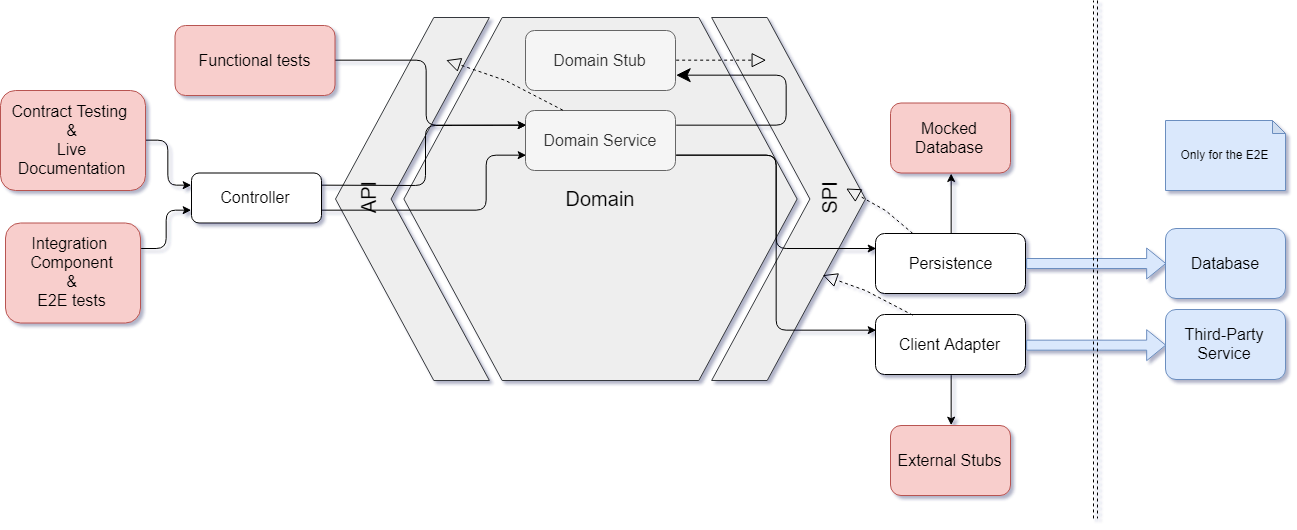
Above: images/testing-strategy.png in craftsrecords/talkadvisor-backend (draw.io), before the change. Source tidied: cells renumbered, new cells last; positions are measured from the earlier drawing's top-left corner, leaving out a move shared by most shapes.
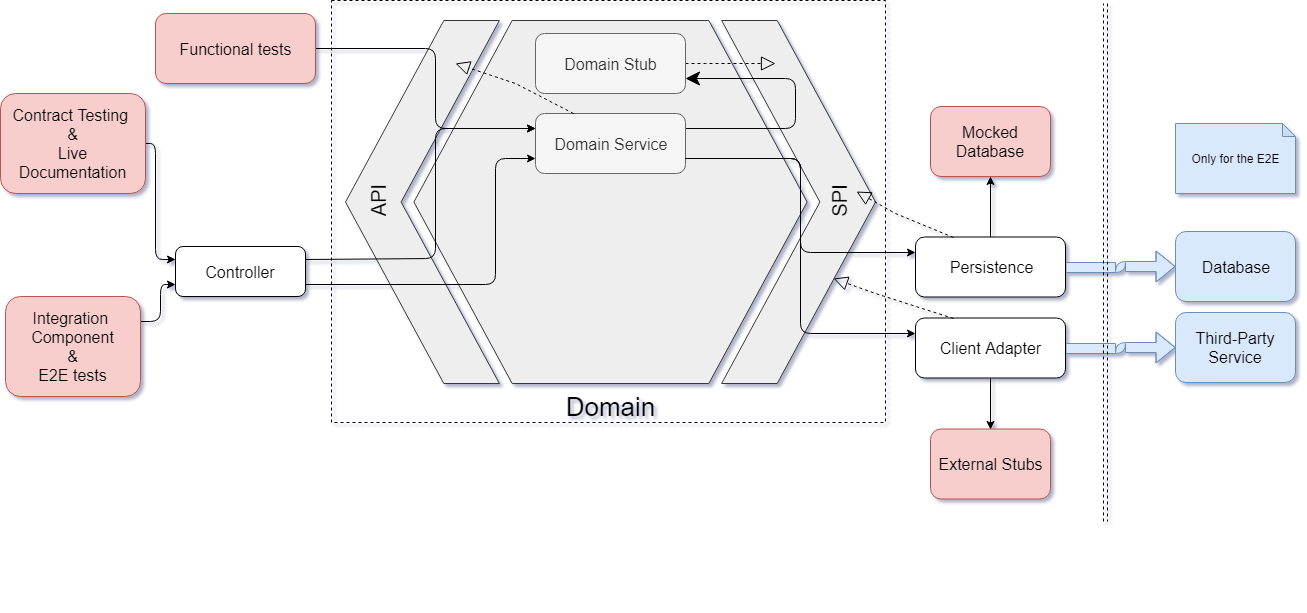
After the change.

Commit message:
Updating testing strategy

The edit, as a diff of the source:
```diff
@@ -3,10 +3,10 @@
     <mxCell id="0" />
     <mxCell id="1" parent="0" />
     <mxCell id="2" style="group;comic=0;fontFamily=Helvetica;" parent="1" vertex="1">
-      <mxGeometry x="335" y="17" width="530" height="363" as="geometry" />
+      <mxGeometry x="335" y="17" width="540" height="581" as="geometry" />
     </mxCell>
     <mxCell id="3" style="group;comic=0;fontFamily=Helvetica;" parent="2" vertex="1">
-      <mxGeometry width="530" height="363" as="geometry" />
+      <mxGeometry width="540" height="581" as="geometry" />
     </mxCell>
     <mxCell id="4" style="shape=step;whiteSpace=wrap;html=1;size=0.6388888888888888;comic=0;fontFamily=Helvetica;fillColor=#eeeeee;strokeColor=#36393d;" parent="3" vertex="1">
       <mxGeometry x="376.1" width="153.9" height="363" as="geometry" />
@@ -14,7 +14,7 @@
     <mxCell id="5" style="shape=step;whiteSpace=wrap;html=1;size=0.6388888888888888;rotation=180;comic=0;fontFamily=Helvetica;fillColor=#eeeeee;strokeColor=#36393d;" parent="3" vertex="1">
       <mxGeometry width="153.9" height="363" as="geometry" />
     </mxCell>
-    <mxCell id="6" value="&lt;font style=&quot;font-size: 20px&quot;&gt;Domain&lt;/font&gt;" style="shape=hexagon;perimeter=hexagonPerimeter;whiteSpace=wrap;html=1;fillColor=#eeeeee;strokeColor=#36393d;fontFamily=Helvetica;comic=0;" parent="3" vertex="1">
+    <mxCell id="6" style="shape=hexagon;perimeter=hexagonPerimeter;whiteSpace=wrap;html=1;fillColor=#eeeeee;strokeColor=#36393d;fontFamily=Helvetica;comic=0;" parent="3" vertex="1">
       <mxGeometry x="68.4" width="393.2" height="363" as="geometry" />
     </mxCell>
     <mxCell id="7" value="&lt;font style=&quot;font-size: 20px&quot;&gt;API&lt;/font&gt;" style="text;html=1;strokeColor=none;fillColor=none;align=center;verticalAlign=middle;whiteSpace=wrap;rotation=-90;fontFamily=Helvetica;comic=0;" parent="3" vertex="1">
@@ -51,106 +51,117 @@
         </Array>
       </mxGeometry>
     </mxCell>
-    <mxCell id="14" style="edgeStyle=orthogonalEdgeStyle;rounded=1;comic=0;html=1;exitX=1;exitY=0.25;entryX=0;entryY=0.75;labelBackgroundColor=none;jettySize=auto;fontFamily=Helvetica;fontSize=12;entryDx=0;entryDy=0;exitDx=0;exitDy=0;" parent="1" edge="1" source="15" target="18">
-      <mxGeometry relative="1" as="geometry" />
+    <mxCell id="14" style="rounded=0;whiteSpace=wrap;html=1;fillColor=none;gradientColor=#ffffff;dashed=1;" parent="3" vertex="1">
+      <mxGeometry x="-14" y="-20" width="554" height="422" as="geometry" />
     </mxCell>
-    <mxCell id="15" value="&lt;font style=&quot;font-size: 16px&quot;&gt;Integration&amp;nbsp;&lt;br&gt;Component&lt;br&gt;&amp;amp;&lt;br&gt;E2E tests&lt;/font&gt;" style="rounded=1;whiteSpace=wrap;html=1;shadow=0;glass=0;comic=0;strokeColor=#b85450;fillColor=#f8cecc;fontFamily=Helvetica;fontSize=10;" parent="1" vertex="1">
-      <mxGeometry x="5" y="222.5" width="135" height="100" as="geometry" />
+    <mxCell id="15" value="&lt;font style=&quot;font-size: 26px&quot;&gt;Domain&lt;/font&gt;" style="text;html=1;strokeColor=none;fillColor=none;align=center;verticalAlign=middle;whiteSpace=wrap;rounded=0;" parent="3" vertex="1">
+      <mxGeometry x="245" y="376" width="40" height="20" as="geometry" />
     </mxCell>
-    <mxCell id="16" style="endArrow=classic;endSize=6;html=1;fontFamily=Helvetica;fontSize=10;entryX=0;entryY=0.25;comic=0;exitX=1;exitY=0.25;entryDx=0;entryDy=0;strokeWidth=1;endFill=1;exitDx=0;exitDy=0;" parent="1" edge="1" source="18" target="10">
-      <mxGeometry x="0.06" y="24" relative="1" as="geometry">
-        <Array as="points">
-          <mxPoint x="425" y="185" />
-          <mxPoint x="425" y="125" />
-        </Array>
-      </mxGeometry>
+    <mxCell id="16" style="edgeStyle=orthogonalEdgeStyle;rounded=1;comic=0;html=1;exitX=1;exitY=0.25;entryX=0;entryY=0.75;labelBackgroundColor=none;jettySize=auto;fontFamily=Helvetica;fontSize=12;entryDx=0;entryDy=0;exitDx=0;exitDy=0;" parent="1" edge="1" source="17" target="20">
+      <mxGeometry relative="1" as="geometry" />
     </mxCell>
-    <mxCell id="17" style="edgeStyle=orthogonalEdgeStyle;rounded=1;comic=0;jettySize=auto;html=1;exitX=1;exitY=0.75;exitDx=0;exitDy=0;entryX=0;entryY=0.75;entryDx=0;entryDy=0;endArrow=classic;endFill=1;endSize=6;strokeWidth=1;fontFamily=Helvetica;" parent="1" edge="1" source="18" target="10">
-      <mxGeometry relative="1" as="geometry">
-        <Array as="points">
-          <mxPoint x="485" y="210" />
-          <mxPoint x="485" y="155" />
-        </Array>
-      </mxGeometry>
+    <mxCell id="17" value="&lt;font style=&quot;font-size: 16px&quot;&gt;Integration&amp;nbsp;&lt;br&gt;Component&lt;br&gt;&amp;amp;&lt;br&gt;E2E tests&lt;/font&gt;" style="rounded=1;whiteSpace=wrap;html=1;shadow=0;glass=0;comic=0;strokeColor=#b85450;fillColor=#f8cecc;fontFamily=Helvetica;fontSize=10;" parent="1" vertex="1">
+      <mxGeometry x="-5" y="293" width="135" height="100" as="geometry" />
     </mxCell>
-    <mxCell id="18" value="&lt;span style=&quot;font-size: 16px&quot;&gt;Controller&lt;/span&gt;" style="rounded=1;whiteSpace=wrap;html=1;shadow=0;glass=0;comic=0;strokeColor=#000000;fillColor=#ffffff;fontFamily=Helvetica;fontSize=10;" parent="1" vertex="1">
-      <mxGeometry x="191" y="172.5" width="130" height="50" as="geometry" />
+    <mxCell id="18" style="endArrow=classic;endSize=6;html=1;fontFamily=Helvetica;fontSize=10;entryX=0;entryY=0.25;comic=0;exitX=1;exitY=0.25;entryDx=0;entryDy=0;strokeWidth=1;endFill=1;exitDx=0;exitDy=0;" parent="1" edge="1" source="20" target="10">
+      <mxGeometry x="0.06" y="24" relative="1" as="geometry">
+        <Array as="points">
+          <mxPoint x="425" y="255" />
+          <mxPoint x="425" y="125" />
+        </Array>
+      </mxGeometry>
     </mxCell>
-    <mxCell id="19" style="edgeStyle=orthogonalEdgeStyle;rounded=1;comic=0;jettySize=auto;html=1;endArrow=classic;endFill=1;endSize=6;strokeWidth=1;fontFamily=Helvetica;entryX=0;entryY=0.25;entryDx=0;entryDy=0;" parent="1" edge="1" source="20" target="18">
-      <mxGeometry relative="1" as="geometry" />
+    <mxCell id="19" style="edgeStyle=orthogonalEdgeStyle;rounded=1;comic=0;jettySize=auto;html=1;exitX=1;exitY=0.75;exitDx=0;exitDy=0;entryX=0;entryY=0.75;entryDx=0;entryDy=0;endArrow=classic;endFill=1;endSize=6;strokeWidth=1;fontFamily=Helvetica;" parent="1" edge="1" source="20" target="10">
+      <mxGeometry relative="1" as="geometry">
+        <Array as="points">
+          <mxPoint x="485" y="281" />
+          <mxPoint x="485" y="155" />
+        </Array>
+      </mxGeometry>
     </mxCell>
-    <mxCell id="20" value="&lt;span style=&quot;font-size: 16px&quot;&gt;Contract Testing &lt;br&gt;&amp;amp;&lt;br&gt;Live Documentation&lt;/span&gt;" style="rounded=1;whiteSpace=wrap;html=1;shadow=0;glass=0;comic=0;strokeColor=#b85450;fillColor=#f8cecc;fontFamily=Helvetica;fontSize=10;" parent="1" vertex="1">
-      <mxGeometry y="90" width="145" height="100" as="geometry" />
+    <mxCell id="20" value="&lt;span style=&quot;font-size: 16px&quot;&gt;Controller&lt;/span&gt;" style="rounded=1;whiteSpace=wrap;html=1;shadow=0;glass=0;comic=0;strokeColor=#000000;fillColor=#ffffff;fontFamily=Helvetica;fontSize=10;" parent="1" vertex="1">
+      <mxGeometry x="165" y="243" width="130" height="50" as="geometry" />
     </mxCell>
-    <mxCell id="21" style="edgeStyle=orthogonalEdgeStyle;rounded=0;comic=0;jettySize=auto;html=1;exitX=0.5;exitY=0;exitDx=0;exitDy=0;entryX=0.5;entryY=1;entryDx=0;entryDy=0;endArrow=classic;endFill=1;endSize=6;strokeWidth=1;fontFamily=Helvetica;" parent="1" edge="1" source="23" target="25">
-      <mxGeometry relative="1" as="geometry" />
+    <mxCell id="21" style="edgeStyle=orthogonalEdgeStyle;rounded=1;comic=0;jettySize=auto;html=1;endArrow=classic;endFill=1;endSize=6;strokeWidth=1;fontFamily=Helvetica;entryX=0;entryY=0.25;entryDx=0;entryDy=0;" parent="1" edge="1" source="22" target="20">
+      <mxGeometry relative="1" as="geometry">
+        <Array as="points">
+          <mxPoint x="145" y="140" />
+          <mxPoint x="145" y="256" />
+        </Array>
+      </mxGeometry>
     </mxCell>
-    <mxCell id="22" style="edgeStyle=orthogonalEdgeStyle;rounded=1;comic=0;jettySize=auto;html=1;exitX=1;exitY=0.5;exitDx=0;exitDy=0;entryX=0;entryY=0.5;entryDx=0;entryDy=0;endArrow=classic;endFill=1;strokeWidth=1;fontFamily=Helvetica;shape=flexArrow;fillColor=#dae8fc;strokeColor=#6c8ebf;" parent="1" edge="1" source="23" target="35">
-      <mxGeometry relative="1" as="geometry" />
+    <mxCell id="22" value="&lt;span style=&quot;font-size: 16px&quot;&gt;Contract Testing &lt;br&gt;&amp;amp;&lt;br&gt;Live Documentation&lt;/span&gt;" style="rounded=1;whiteSpace=wrap;html=1;shadow=0;glass=0;comic=0;strokeColor=#b85450;fillColor=#f8cecc;fontFamily=Helvetica;fontSize=10;" parent="1" vertex="1">
+      <mxGeometry x="-10" y="90" width="145" height="100" as="geometry" />
     </mxCell>
-    <mxCell id="23" value="&lt;font style=&quot;font-size: 16px&quot;&gt;Persistence&lt;/font&gt;" style="rounded=1;whiteSpace=wrap;html=1;shadow=0;glass=0;comic=0;strokeColor=#000000;fillColor=#ffffff;fontFamily=Helvetica;fontSize=12;align=center;" parent="1" vertex="1">
-      <mxGeometry x="875" y="233" width="150" height="60" as="geometry" />
+    <mxCell id="23" style="edgeStyle=orthogonalEdgeStyle;rounded=0;comic=0;jettySize=auto;html=1;exitX=0.5;exitY=0;exitDx=0;exitDy=0;entryX=0.5;entryY=1;entryDx=0;entryDy=0;endArrow=classic;endFill=1;endSize=6;strokeWidth=1;fontFamily=Helvetica;" parent="1" edge="1" source="25" target="27">
+      <mxGeometry relative="1" as="geometry" />
     </mxCell>
-    <mxCell id="24" style="endArrow=block;dashed=1;endFill=0;endSize=12;html=1;labelBackgroundColor=none;fontFamily=Helvetica;fontSize=12;exitX=0.25;exitY=0;comic=0;entryX=0.694;entryY=1.033;entryDx=0;entryDy=0;entryPerimeter=0;rounded=0;exitDx=0;exitDy=0;" parent="1" edge="1" source="23" target="8">
-      <mxGeometry relative="1" as="geometry">
-        <Array as="points">
-          <mxPoint x="885" y="210" />
-        </Array>
-      </mxGeometry>
+    <mxCell id="24" style="edgeStyle=orthogonalEdgeStyle;rounded=1;comic=0;jettySize=auto;html=1;exitX=1;exitY=0.5;exitDx=0;exitDy=0;entryX=0;entryY=0.5;entryDx=0;entryDy=0;endArrow=classic;endFill=1;strokeWidth=1;fontFamily=Helvetica;shape=flexArrow;fillColor=#dae8fc;strokeColor=#6c8ebf;" parent="1" edge="1" source="25" target="37">
+      <mxGeometry relative="1" as="geometry" />
     </mxCell>
-    <mxCell id="25" value="&lt;span style=&quot;font-size: 16px&quot;&gt;Mocked Database&lt;/span&gt;" style="rounded=1;whiteSpace=wrap;html=1;shadow=0;glass=0;comic=0;strokeColor=#b85450;fillColor=#f8cecc;fontFamily=Helvetica;fontSize=10;" parent="1" vertex="1">
-      <mxGeometry x="890" y="102.5" width="120" height="70" as="geometry" />
+    <mxCell id="25" value="&lt;font style=&quot;font-size: 16px&quot;&gt;Persistence&lt;/font&gt;" style="rounded=1;whiteSpace=wrap;html=1;shadow=0;glass=0;comic=0;strokeColor=#000000;fillColor=#ffffff;fontFamily=Helvetica;fontSize=12;align=center;" parent="1" vertex="1">
+      <mxGeometry x="905" y="233.5" width="150" height="60" as="geometry" />
     </mxCell>
-    <mxCell id="26" value="&lt;span style=&quot;font-size: 16px&quot;&gt;External Stubs&lt;/span&gt;" style="rounded=1;whiteSpace=wrap;html=1;shadow=0;glass=0;comic=0;strokeColor=#b85450;fillColor=#f8cecc;fontFamily=Helvetica;fontSize=10;" parent="1" vertex="1">
-      <mxGeometry x="890" y="425" width="120" height="70" as="geometry" />
+    <mxCell id="26" style="endArrow=block;dashed=1;endFill=0;endSize=12;html=1;labelBackgroundColor=none;fontFamily=Helvetica;fontSize=12;exitX=0.25;exitY=0;comic=0;entryX=0.694;entryY=1.033;entryDx=0;entryDy=0;entryPerimeter=0;rounded=0;exitDx=0;exitDy=0;" parent="1" edge="1" source="25" target="8">
+      <mxGeometry relative="1" as="geometry">
+        <Array as="points">
+          <mxPoint x="885" y="210" />
+        </Array>
+      </mxGeometry>
     </mxCell>
-    <mxCell id="27" style="edgeStyle=orthogonalEdgeStyle;rounded=0;comic=0;jettySize=auto;html=1;exitX=0.5;exitY=1;exitDx=0;exitDy=0;entryX=0.5;entryY=0;entryDx=0;entryDy=0;endArrow=classic;endFill=1;endSize=6;strokeWidth=1;fontFamily=Helvetica;" parent="1" edge="1" source="29" target="26">
-      <mxGeometry relative="1" as="geometry" />
+    <mxCell id="27" value="&lt;span style=&quot;font-size: 16px&quot;&gt;Mocked Database&lt;/span&gt;" style="rounded=1;whiteSpace=wrap;html=1;shadow=0;glass=0;comic=0;strokeColor=#b85450;fillColor=#f8cecc;fontFamily=Helvetica;fontSize=10;" parent="1" vertex="1">
+      <mxGeometry x="920" y="103" width="120" height="70" as="geometry" />
     </mxCell>
-    <mxCell id="28" style="edgeStyle=orthogonalEdgeStyle;rounded=1;comic=0;jettySize=auto;html=1;exitX=1;exitY=0.5;exitDx=0;exitDy=0;entryX=0;entryY=0.5;entryDx=0;entryDy=0;endArrow=classic;endFill=1;strokeWidth=1;fontFamily=Helvetica;shape=flexArrow;fillColor=#dae8fc;strokeColor=#6c8ebf;" parent="1" edge="1" source="29" target="36">
-      <mxGeometry relative="1" as="geometry" />
+    <mxCell id="28" value="&lt;span style=&quot;font-size: 16px&quot;&gt;External Stubs&lt;/span&gt;" style="rounded=1;whiteSpace=wrap;html=1;shadow=0;glass=0;comic=0;strokeColor=#b85450;fillColor=#f8cecc;fontFamily=Helvetica;fontSize=10;" parent="1" vertex="1">
+      <mxGeometry x="920" y="425.5" width="120" height="70" as="geometry" />
     </mxCell>
-    <mxCell id="29" value="&lt;font style=&quot;font-size: 16px&quot;&gt;Client Adapter&lt;br&gt;&lt;/font&gt;" style="rounded=1;whiteSpace=wrap;html=1;shadow=0;glass=0;comic=0;strokeColor=#000000;fillColor=#ffffff;fontFamily=Helvetica;fontSize=12;align=center;" parent="1" vertex="1">
-      <mxGeometry x="875" y="314" width="150" height="60" as="geometry" />
+    <mxCell id="29" style="edgeStyle=orthogonalEdgeStyle;rounded=0;comic=0;jettySize=auto;html=1;exitX=0.5;exitY=1;exitDx=0;exitDy=0;entryX=0.5;entryY=0;entryDx=0;entryDy=0;endArrow=classic;endFill=1;endSize=6;strokeWidth=1;fontFamily=Helvetica;" parent="1" edge="1" source="31" target="28">
+      <mxGeometry relative="1" as="geometry" />
     </mxCell>
-    <mxCell id="30" style="edgeStyle=orthogonalEdgeStyle;rounded=1;comic=0;jettySize=auto;html=1;exitX=1;exitY=0.5;exitDx=0;exitDy=0;endArrow=classic;endFill=1;endSize=6;strokeWidth=1;fontFamily=Helvetica;entryX=0;entryY=0.25;entryDx=0;entryDy=0;" parent="1" edge="1" source="31" target="10">
-      <mxGeometry relative="1" as="geometry">
-        <Array as="points">
-          <mxPoint x="425" y="60" />
-          <mxPoint x="425" y="125" />
-        </Array>
-      </mxGeometry>
+    <mxCell id="30" style="edgeStyle=orthogonalEdgeStyle;rounded=1;comic=0;jettySize=auto;html=1;exitX=1;exitY=0.5;exitDx=0;exitDy=0;entryX=0;entryY=0.5;entryDx=0;entryDy=0;endArrow=classic;endFill=1;strokeWidth=1;fontFamily=Helvetica;shape=flexArrow;fillColor=#dae8fc;strokeColor=#6c8ebf;" parent="1" edge="1" source="31" target="38">
+      <mxGeometry relative="1" as="geometry" />
     </mxCell>
-    <mxCell id="31" value="&lt;font style=&quot;font-size: 16px&quot;&gt;Functional tests&lt;/font&gt;" style="rounded=1;whiteSpace=wrap;html=1;shadow=0;glass=0;comic=0;strokeColor=#b85450;fillColor=#f8cecc;fontFamily=Helvetica;fontSize=10;" parent="1" vertex="1">
-      <mxGeometry x="174.5" y="25" width="160" height="70" as="geometry" />
+    <mxCell id="31" value="&lt;font style=&quot;font-size: 16px&quot;&gt;Client Adapter&lt;br&gt;&lt;/font&gt;" style="rounded=1;whiteSpace=wrap;html=1;shadow=0;glass=0;comic=0;strokeColor=#000000;fillColor=#ffffff;fontFamily=Helvetica;fontSize=12;align=center;" parent="1" vertex="1">
+      <mxGeometry x="905" y="314.5" width="150" height="60" as="geometry" />
     </mxCell>
-    <mxCell id="32" style="endArrow=block;dashed=1;endFill=0;endSize=12;html=1;labelBackgroundColor=none;fontFamily=Helvetica;fontSize=12;exitX=0.25;exitY=0;comic=0;rounded=0;exitDx=0;exitDy=0;entryX=0.725;entryY=0.71;entryDx=0;entryDy=0;entryPerimeter=0;" parent="1" edge="1" source="29" target="4">
+    <mxCell id="32" style="edgeStyle=orthogonalEdgeStyle;rounded=1;comic=0;jettySize=auto;html=1;exitX=1;exitY=0.5;exitDx=0;exitDy=0;endArrow=classic;endFill=1;endSize=6;strokeWidth=1;fontFamily=Helvetica;entryX=0;entryY=0.25;entryDx=0;entryDy=0;" parent="1" edge="1" source="33" target="10">
       <mxGeometry relative="1" as="geometry">
         <Array as="points">
-          <mxPoint x="865" y="290" />
+          <mxPoint x="425" y="45" />
+          <mxPoint x="425" y="125" />
         </Array>
       </mxGeometry>
     </mxCell>
-    <mxCell id="33" style="edgeStyle=orthogonalEdgeStyle;rounded=1;comic=0;jettySize=auto;html=1;exitX=1;exitY=0.75;exitDx=0;exitDy=0;entryX=0;entryY=0.25;entryDx=0;entryDy=0;endArrow=classic;endFill=1;endSize=6;strokeWidth=1;fontFamily=Helvetica;" parent="1" edge="1" source="10" target="23">
-      <mxGeometry relative="1" as="geometry" />
+    <mxCell id="33" value="&lt;font style=&quot;font-size: 16px&quot;&gt;Functional tests&lt;/font&gt;" style="rounded=1;whiteSpace=wrap;html=1;shadow=0;glass=0;comic=0;strokeColor=#b85450;fillColor=#f8cecc;fontFamily=Helvetica;fontSize=10;" parent="1" vertex="1">
+      <mxGeometry x="145" y="10" width="160" height="70" as="geometry" />
     </mxCell>
-    <mxCell id="34" style="edgeStyle=orthogonalEdgeStyle;rounded=1;comic=0;jettySize=auto;html=1;exitX=1;exitY=0.75;exitDx=0;exitDy=0;entryX=0;entryY=0.25;entryDx=0;entryDy=0;endArrow=classic;endFill=1;endSize=6;strokeWidth=1;fontFamily=Helvetica;" parent="1" edge="1" source="10" target="29">
-      <mxGeometry relative="1" as="geometry" />
+    <mxCell id="34" style="endArrow=block;dashed=1;endFill=0;endSize=12;html=1;labelBackgroundColor=none;fontFamily=Helvetica;fontSize=12;exitX=0.25;exitY=0;comic=0;rounded=0;exitDx=0;exitDy=0;entryX=0.725;entryY=0.71;entryDx=0;entryDy=0;entryPerimeter=0;" parent="1" edge="1" source="31" target="4">
+      <mxGeometry relative="1" as="geometry">
+        <Array as="points">
+          <mxPoint x="865" y="290" />
+        </Array>
+      </mxGeometry>
     </mxCell>
-    <mxCell id="35" value="&lt;span style=&quot;font-size: 16px&quot;&gt;Database&lt;/span&gt;" style="rounded=1;whiteSpace=wrap;html=1;shadow=0;glass=0;comic=0;strokeColor=#6c8ebf;fillColor=#dae8fc;fontFamily=Helvetica;fontSize=10;" parent="1" vertex="1">
-      <mxGeometry x="1165" y="228" width="120" height="70" as="geometry" />
+    <mxCell id="35" style="edgeStyle=orthogonalEdgeStyle;rounded=1;comic=0;jettySize=auto;html=1;exitX=1;exitY=0.75;exitDx=0;exitDy=0;entryX=0;entryY=0.25;entryDx=0;entryDy=0;endArrow=classic;endFill=1;endSize=6;strokeWidth=1;fontFamily=Helvetica;" parent="1" edge="1" source="10" target="25">
+      <mxGeometry relative="1" as="geometry" />
     </mxCell>
-    <mxCell id="36" value="&lt;span style=&quot;font-size: 16px&quot;&gt;Third-Party Service&lt;/span&gt;" style="rounded=1;whiteSpace=wrap;html=1;shadow=0;glass=0;comic=0;strokeColor=#6c8ebf;fillColor=#dae8fc;fontFamily=Helvetica;fontSize=10;" parent="1" vertex="1">
-      <mxGeometry x="1165" y="309" width="120" height="70" as="geometry" />
+    <mxCell id="36" style="edgeStyle=orthogonalEdgeStyle;rounded=1;comic=0;jettySize=auto;html=1;exitX=1;exitY=0.75;exitDx=0;exitDy=0;entryX=0;entryY=0.25;entryDx=0;entryDy=0;endArrow=classic;endFill=1;endSize=6;strokeWidth=1;fontFamily=Helvetica;" parent="1" edge="1" source="10" target="31">
+      <mxGeometry relative="1" as="geometry" />
     </mxCell>
-    <mxCell id="37" style="shape=link;html=1;endArrow=classic;endFill=1;strokeWidth=1;fontFamily=Helvetica;dashed=1;comic=0;" parent="1" edge="1">
-      <mxGeometry relative="1" as="geometry">
-        <mxPoint x="1095" y="517.9" as="sourcePoint" />
-        <mxPoint x="1095" as="targetPoint" />
-      </mxGeometry>
+    <mxCell id="37" value="&lt;span style=&quot;font-size: 16px&quot;&gt;Database&lt;/span&gt;" style="rounded=1;whiteSpace=wrap;html=1;shadow=0;glass=0;comic=0;strokeColor=#6c8ebf;fillColor=#dae8fc;fontFamily=Helvetica;fontSize=10;" parent="1" vertex="1">
+      <mxGeometry x="1165" y="228" width="120" height="70" as="geometry" />
     </mxCell>
-    <mxCell id="38" value="Only for the E2E" style="shape=note;whiteSpace=wrap;html=1;backgroundOutline=1;darkOpacity=0.05;fontFamily=Helvetica;size=13;fillColor=#dae8fc;strokeColor=#6c8ebf;comic=0;" parent="1" vertex="1">
-      <mxGeometry x="1165" y="120" width="120" height="70" as="geometry" />
+    <mxCell id="38" value="&lt;span style=&quot;font-size: 16px&quot;&gt;Third-Party Service&lt;/span&gt;" style="rounded=1;whiteSpace=wrap;html=1;shadow=0;glass=0;comic=0;strokeColor=#6c8ebf;fillColor=#dae8fc;fontFamily=Helvetica;fontSize=10;" parent="1" vertex="1">
+      <mxGeometry x="1165" y="309" width="120" height="70" as="geometry" />
     </mxCell>
+    <mxCell id="39" style="shape=link;html=1;endArrow=classic;endFill=1;strokeWidth=1;fontFamily=Helvetica;dashed=1;comic=0;" parent="1" edge="1">
+      <mxGeometry relative="1" as="geometry">
+        <mxPoint x="1095" y="517.9" as="sourcePoint" />
+        <mxPoint x="1095" as="targetPoint" />
+      </mxGeometry>
+    </mxCell>
+    <mxCell id="40" value="Only for the E2E" style="shape=note;whiteSpace=wrap;html=1;backgroundOutline=1;darkOpacity=0.05;fontFamily=Helvetica;size=13;fillColor=#dae8fc;strokeColor=#6c8ebf;comic=0;" parent="1" vertex="1">
+      <mxGeometry x="1165" y="120" width="120" height="70" as="geometry" />
+    </mxCell>
   </root>
 </mxGraphModel>
```
